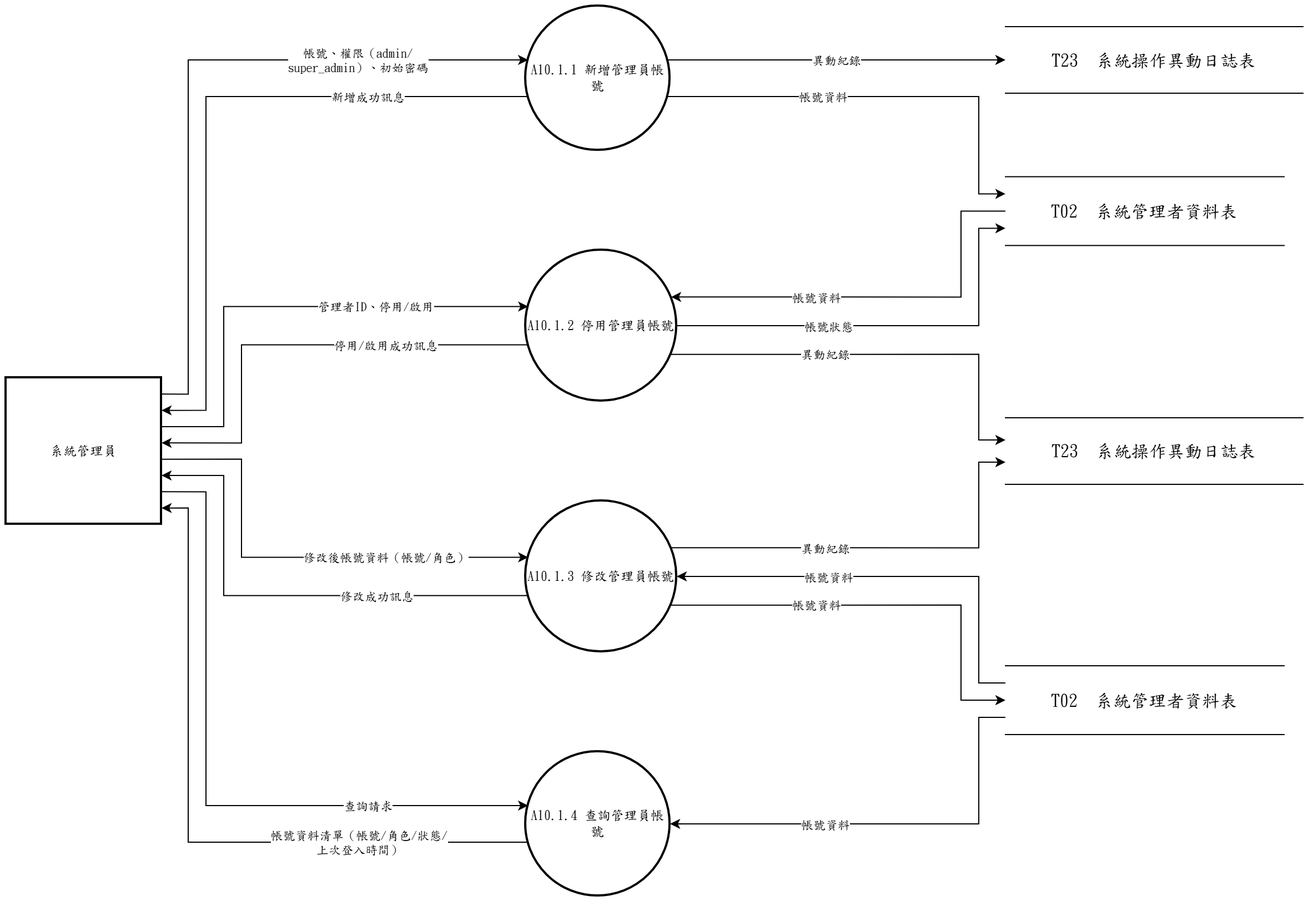
This is 系統文件/第6章/DFD圖/圖10/新/圖10.1.drawio.png from s22452007/115502, a draw.io export, as it was before one commit. Source tidied: cells renumbered, new cells last; positions are measured from the earlier drawing's top-left corner, leaving out a move shared by most shapes.
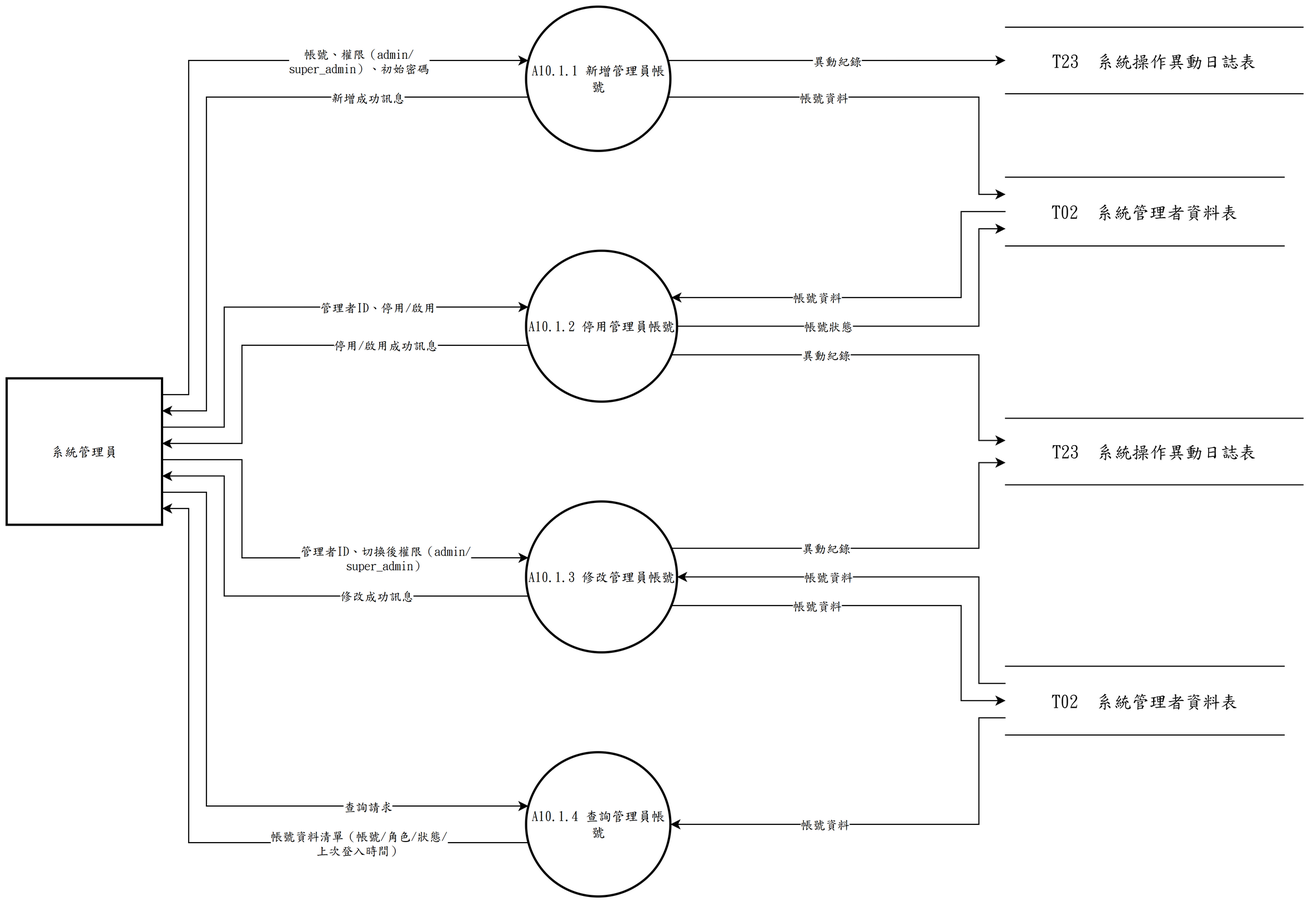
After the commit.

Change to the diagram source:
```diff
@@ -131,7 +131,7 @@
         </Array>
       </mxGeometry>
     </mxCell>
-    <mxCell id="30" value="修改後帳號資料（帳號/角色）" style="edgeLabel;html=1;align=center;verticalAlign=middle;fontFamily=標楷體;" parent="29" vertex="1">
+    <mxCell id="30" value="管理者ID、切換後權限（admin/&lt;br&gt;super_admin）" style="edgeLabel;html=1;align=center;verticalAlign=middle;fontFamily=標楷體;" parent="29" vertex="1">
       <mxGeometry x="0.38" relative="1" as="geometry" />
     </mxCell>
     <mxCell id="31" style="edgeStyle=none;rounded=0;html=1;fontFamily=標楷體;endArrow=classic;exitX=0.0000;exitY=0.2500;exitDx=0;exitDy=0;exitPerimeter=0;entryX=1.0000;entryY=0.5000;entryDx=0;entryDy=0;entryPerimeter=0;" parent="1" edge="1" source="10" target="4">
```
